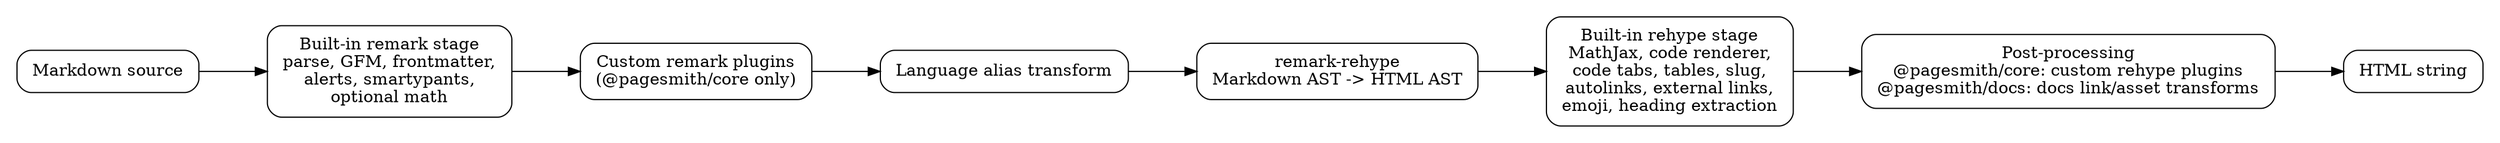
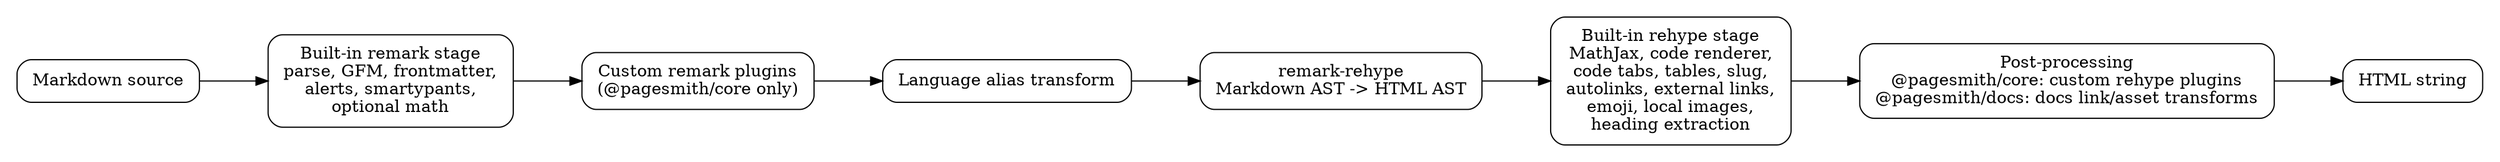
digraph MarkdownPipelineOverview {
  graph [rankdir=LR, nodesep=0.5, ranksep=0.8, pad=0.2]
  node [shape=box, style="rounded", margin="0.18,0.12"]
  edge [fontsize=10]

  source [label="Markdown source"]
  remark [label="Built-in remark stage\nparse, GFM, frontmatter,\nalerts, smartypants,\noptional math"]
  userRemark [label="Custom remark plugins\n(@pagesmith/core only)"]
  alias [label="Language alias transform"]
  bridge [label="remark-rehype\nMarkdown AST -> HTML AST"]
-   rehype [label="Built-in rehype stage\nMathJax, code renderer,\ncode tabs, tables, slug,\nautolinks, external links,\nemoji, heading extraction"]
+   rehype [label="Built-in rehype stage\nMathJax, code renderer,\ncode tabs, tables, slug,\nautolinks, external links,\nemoji, local images,\nheading extraction"]
  post [label="Post-processing\n@pagesmith/core: custom rehype plugins\n@pagesmith/docs: docs link/asset transforms"]
  output [label="HTML string"]

  source -> remark -> userRemark -> alias -> bridge -> rehype -> post -> output
}
